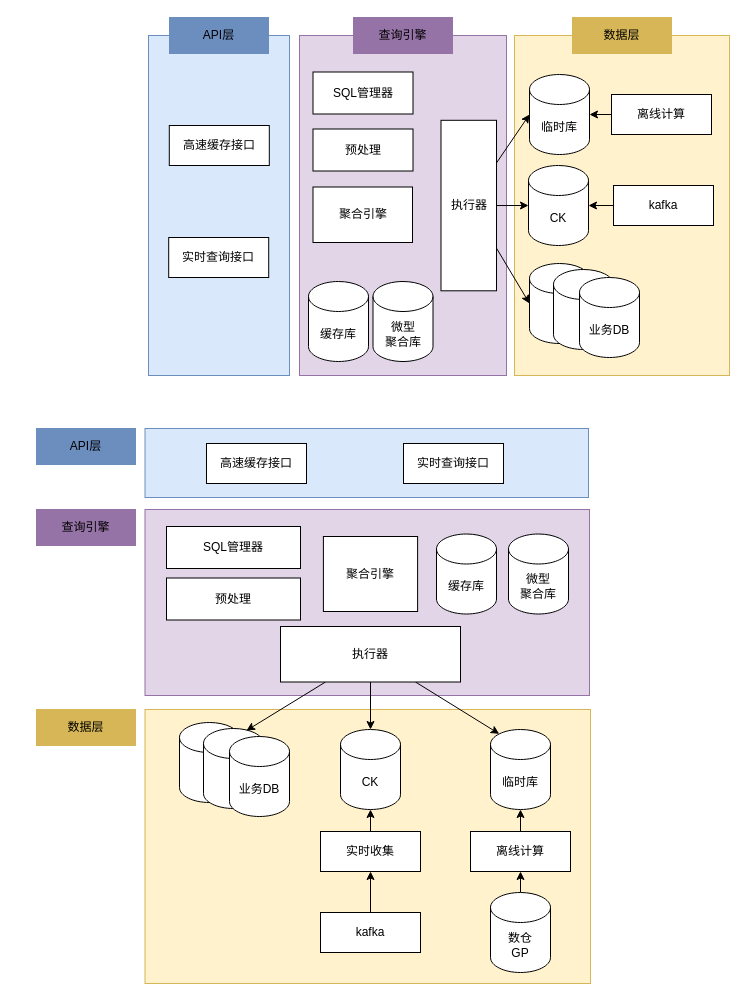
Earlier version of the draw.io diagram page "第 1 页" (1 of 2) of 实时平台.drawio (chenjinying1988/diagrams). Source tidied: cells renumbered, new cells numbered last; positions are measured from the earlier drawing's top-left corner, leaving out a move shared by most shapes. Both pictures are drawn from the tidied source at 100%, with x=0, y=0 at pixel (36, 17).
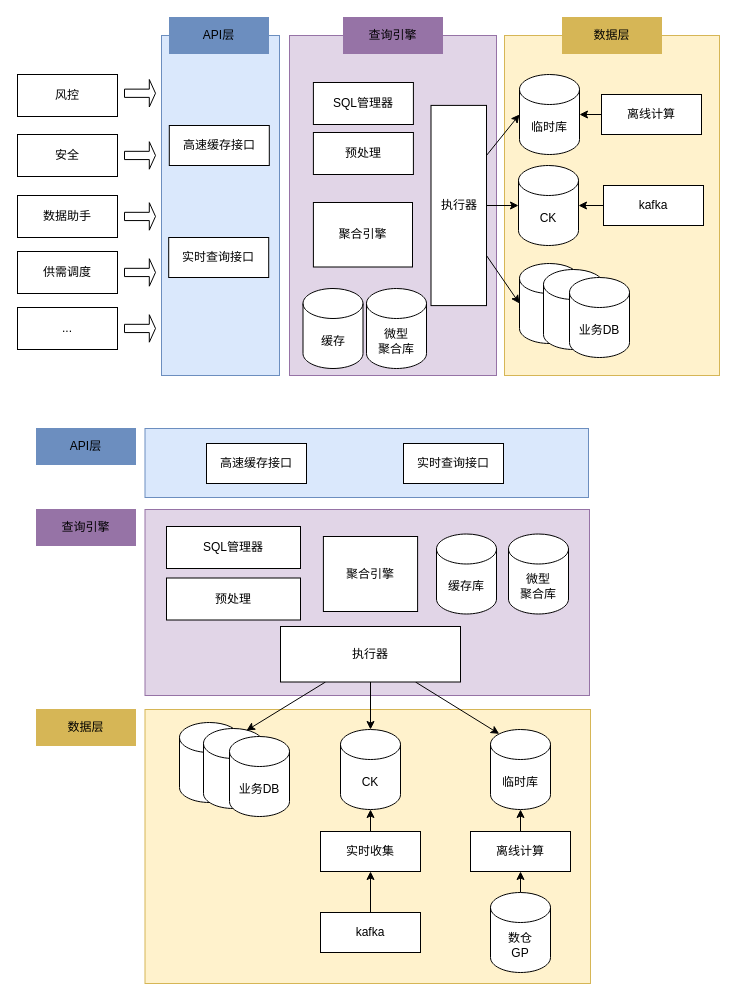
Above is the later version.

Commit message:
更新实时平台.drawio

The edit, as a diff of the source:
```diff
@@
     <mxCell id="2" style="rounded=0;whiteSpace=wrap;html=1;fillColor=#e1d5e7;strokeColor=#9673a6;" parent="1" vertex="1">
-      <mxGeometry x="263" y="18" width="207" height="340" as="geometry" />
+      <mxGeometry x="253" y="18" width="207" height="340" as="geometry" />
     </mxCell>
     <mxCell id="3" style="rounded=0;whiteSpace=wrap;html=1;fillColor=#dae8fc;strokeColor=#6c8ebf;" parent="1" vertex="1">
-      <mxGeometry x="112" y="18" width="141" height="340" as="geometry" />
+      <mxGeometry x="125" y="18" width="118" height="340" as="geometry" />
     </mxCell>
     <mxCell id="4" style="rounded=0;whiteSpace=wrap;html=1;fillColor=#fff2cc;strokeColor=#d6b656;" parent="1" vertex="1">
-      <mxGeometry x="478" y="18" width="215" height="340" as="geometry" />
+      <mxGeometry x="468" y="18" width="215" height="340" as="geometry" />
     </mxCell>
     <mxCell id="5" style="shape=cylinder3;whiteSpace=wrap;html=1;boundedLbl=1;backgroundOutline=1;size=15;" parent="1" vertex="1">
-      <mxGeometry x="493" y="246" width="60" height="80" as="geometry" />
+      <mxGeometry x="483" y="246" width="60" height="80" as="geometry" />
     </mxCell>
     <mxCell id="6" style="shape=cylinder3;whiteSpace=wrap;html=1;boundedLbl=1;backgroundOutline=1;size=15;" parent="1" vertex="1">
-      <mxGeometry x="517" y="252" width="60" height="80" as="geometry" />
+      <mxGeometry x="507" y="252" width="60" height="80" as="geometry" />
     </mxCell>
     <mxCell id="7" value="业务DB" style="shape=cylinder3;whiteSpace=wrap;html=1;boundedLbl=1;backgroundOutline=1;size=15;" parent="1" vertex="1">
-      <mxGeometry x="543" y="260" width="60" height="80" as="geometry" />
+      <mxGeometry x="533" y="260" width="60" height="80" as="geometry" />
     </mxCell>
     <mxCell id="8" value="CK" style="shape=cylinder3;whiteSpace=wrap;html=1;boundedLbl=1;backgroundOutline=1;size=15;" parent="1" vertex="1">
-      <mxGeometry x="492" y="148" width="60" height="80" as="geometry" />
+      <mxGeometry x="482" y="148" width="60" height="80" as="geometry" />
     </mxCell>
     <mxCell id="9" value="临时库" style="shape=cylinder3;whiteSpace=wrap;html=1;boundedLbl=1;backgroundOutline=1;size=15;" parent="1" vertex="1">
-      <mxGeometry x="493" y="57" width="60" height="80" as="geometry" />
+      <mxGeometry x="483" y="57" width="60" height="80" as="geometry" />
     </mxCell>
@@
     <mxCell id="12" value="kafka" style="rounded=0;whiteSpace=wrap;html=1;" parent="1" vertex="1">
-      <mxGeometry x="577" y="168" width="100" height="40" as="geometry" />
+      <mxGeometry x="567" y="168" width="100" height="40" as="geometry" />
     </mxCell>
     <mxCell id="13" value="离线计算" style="rounded=0;whiteSpace=wrap;html=1;" parent="1" vertex="1">
-      <mxGeometry x="575" y="77" width="100" height="40" as="geometry" />
+      <mxGeometry x="565" y="77" width="100" height="40" as="geometry" />
     </mxCell>
@@
     <mxCell id="17" value="执行器" style="rounded=0;whiteSpace=wrap;html=1;" parent="1" vertex="1">
-      <mxGeometry x="404.5" y="102.8" width="55.5" height="170.5" as="geometry" />
+      <mxGeometry x="394.5" y="87.9" width="55.5" height="200.2" as="geometry" />
     </mxCell>
     <mxCell id="18" value="SQL管理器" style="rounded=0;whiteSpace=wrap;html=1;" parent="1" vertex="1">
-      <mxGeometry x="276.5" y="54.5" width="100" height="42" as="geometry" />
+      <mxGeometry x="276.9" y="65" width="100" height="42" as="geometry" />
     </mxCell>
     <mxCell id="19" value="预处理" style="rounded=0;whiteSpace=wrap;html=1;" parent="1" vertex="1">
-      <mxGeometry x="276.5" y="111.5" width="100" height="42" as="geometry" />
+      <mxGeometry x="276.9" y="115" width="100" height="42" as="geometry" />
     </mxCell>
@@
-    <mxCell id="21" value="缓存库" style="shape=cylinder3;whiteSpace=wrap;html=1;boundedLbl=1;backgroundOutline=1;size=15;" parent="1" vertex="1">
-      <mxGeometry x="272" y="264" width="60" height="80" as="geometry" />
+    <mxCell id="21" value="缓存" style="shape=cylinder3;whiteSpace=wrap;html=1;boundedLbl=1;backgroundOutline=1;size=15;" parent="1" vertex="1">
+      <mxGeometry x="266.5" y="271" width="60" height="80" as="geometry" />
     </mxCell>
     <mxCell id="22" value="微型&lt;br&gt;聚合库" style="shape=cylinder3;whiteSpace=wrap;html=1;boundedLbl=1;backgroundOutline=1;size=15;" parent="1" vertex="1">
-      <mxGeometry x="336.5" y="264" width="60" height="80" as="geometry" />
+      <mxGeometry x="330" y="271" width="60" height="80" as="geometry" />
     </mxCell>
     <mxCell id="23" value="数据层" style="rounded=0;whiteSpace=wrap;html=1;fillColor=#D6B656;strokeColor=#d6b656;" parent="1" vertex="1">
-      <mxGeometry x="536" width="99" height="36" as="geometry" />
+      <mxGeometry x="526" width="99" height="36" as="geometry" />
     </mxCell>
@@
     <mxCell id="28" value="查询引擎" style="rounded=0;whiteSpace=wrap;html=1;fillColor=#9673A6;strokeColor=#9673a6;" parent="1" vertex="1">
-      <mxGeometry x="317" width="99" height="36" as="geometry" />
+      <mxGeometry x="307" width="99" height="36" as="geometry" />
     </mxCell>
     <mxCell id="29" value="聚合引擎" style="rounded=0;whiteSpace=wrap;html=1;" parent="1" vertex="1">
-      <mxGeometry x="276.5" y="169.5" width="99.5" height="55.5" as="geometry" />
+      <mxGeometry x="276.9" y="185" width="99.1" height="64.5" as="geometry" />
     </mxCell>
@@
+    <mxCell id="60" value="风控" style="rounded=0;whiteSpace=wrap;html=1;" parent="1" vertex="1">
+      <mxGeometry x="-19" y="57" width="100" height="42" as="geometry" />
+    </mxCell>
+    <mxCell id="61" value="安全" style="rounded=0;whiteSpace=wrap;html=1;" parent="1" vertex="1">
+      <mxGeometry x="-19" y="117" width="100" height="42" as="geometry" />
+    </mxCell>
+    <mxCell id="62" value="数据助手" style="rounded=0;whiteSpace=wrap;html=1;" parent="1" vertex="1">
+      <mxGeometry x="-19" y="178" width="100" height="42" as="geometry" />
+    </mxCell>
+    <mxCell id="63" value="供需调度" style="rounded=0;whiteSpace=wrap;html=1;" parent="1" vertex="1">
+      <mxGeometry x="-19" y="234" width="100" height="42" as="geometry" />
+    </mxCell>
+    <mxCell id="64" value="..." style="rounded=0;whiteSpace=wrap;html=1;" parent="1" vertex="1">
+      <mxGeometry x="-19" y="290" width="100" height="42" as="geometry" />
+    </mxCell>
+    <mxCell id="65" style="shape=singleArrow;whiteSpace=wrap;html=1;fillColor=none;" parent="1" vertex="1">
+      <mxGeometry x="88" y="62" width="31" height="27.5" as="geometry" />
+    </mxCell>
+    <mxCell id="66" style="shape=singleArrow;whiteSpace=wrap;html=1;fillColor=none;" parent="1" vertex="1">
+      <mxGeometry x="88" y="124.2" width="31" height="27.5" as="geometry" />
+    </mxCell>
+    <mxCell id="67" style="shape=singleArrow;whiteSpace=wrap;html=1;fillColor=none;" parent="1" vertex="1">
+      <mxGeometry x="88" y="185.2" width="31" height="27.5" as="geometry" />
+    </mxCell>
+    <mxCell id="68" style="shape=singleArrow;whiteSpace=wrap;html=1;fillColor=none;" parent="1" vertex="1">
+      <mxGeometry x="88" y="241.2" width="31" height="27.5" as="geometry" />
+    </mxCell>
+    <mxCell id="69" style="shape=singleArrow;whiteSpace=wrap;html=1;fillColor=none;" parent="1" vertex="1">
+      <mxGeometry x="88" y="297.2" width="31" height="27.5" as="geometry" />
+    </mxCell>
```
